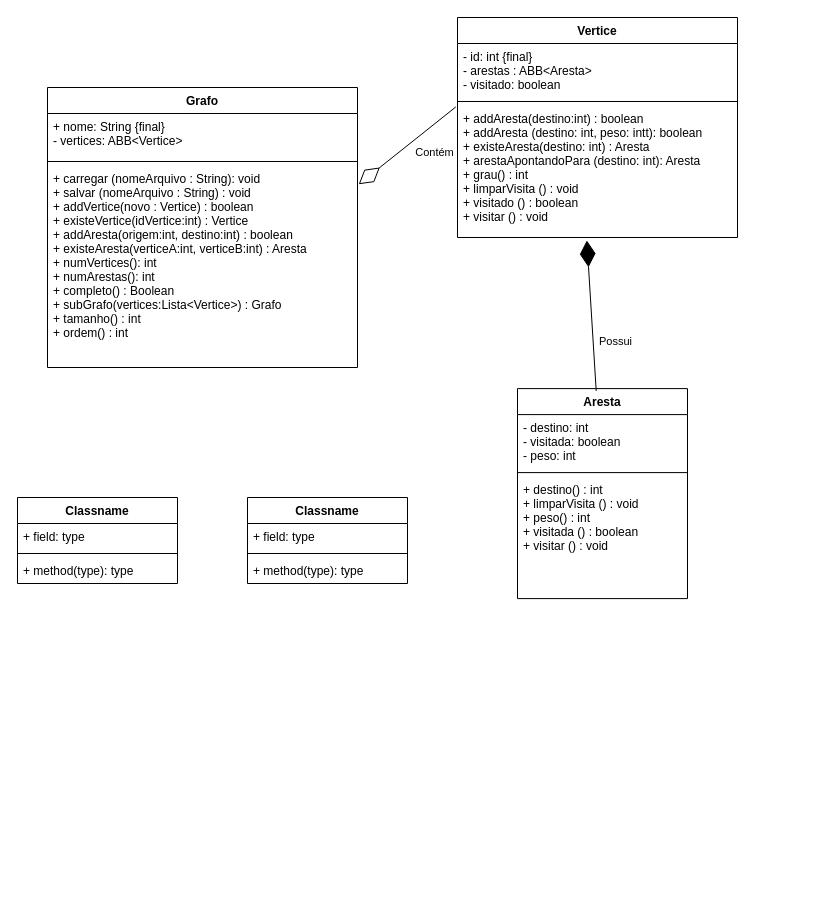
The draw.io diagram docs/diagramas/2.0 - Diagrama UML Algoritmos em Grafos.drawio in DisciplinasProgramacao/projeto2-t-e-a-m, before the edit. Source tidied: cells renumbered, new cells numbered last; positions are measured from the earlier drawing's top-left corner, leaving out a move shared by most shapes. Both pictures are drawn from the tidied source at 100%, with x=0, y=0 at pixel (17, 17).
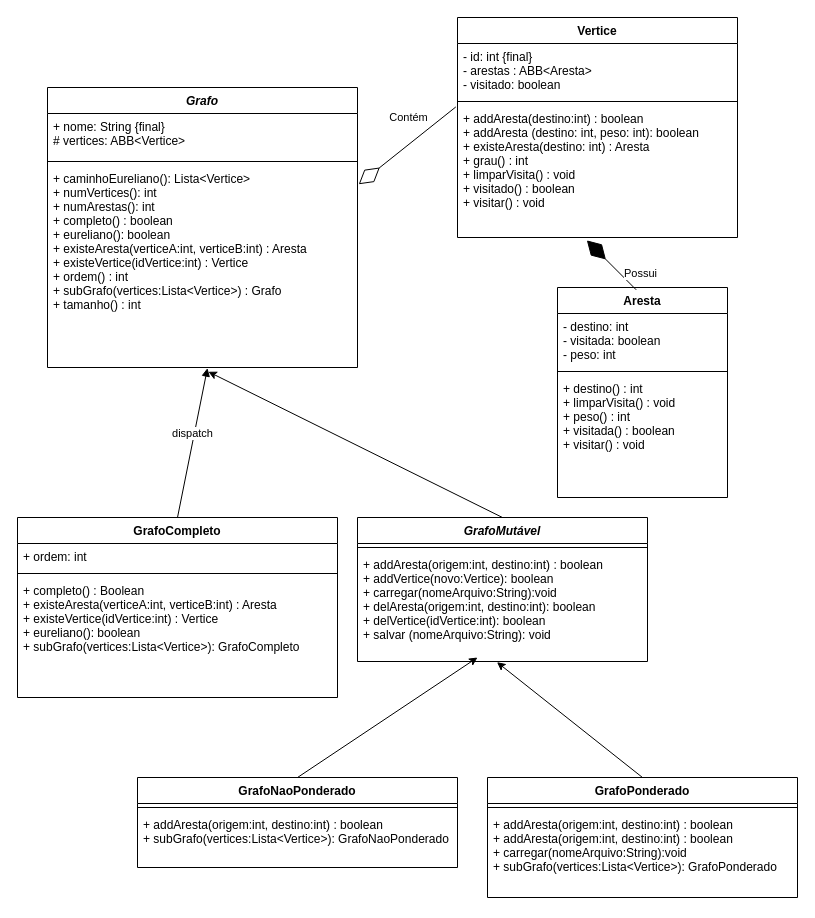
The same diagram, later.

The change refers to these unchanged cells:
```xml
<mxCell id="2" style="endArrow=diamondThin;endFill=0;endSize=24;html=1;rounded=0;exitX=-0.006;exitY=0.011;exitDx=0;exitDy=0;entryX=1.004;entryY=0.093;entryDx=0;entryDy=0;entryPerimeter=0;exitPerimeter=0;" parent="1" edge="1" source="15" target="7">
  <mxGeometry relative="1" as="geometry" />
</mxCell>
<mxCell id="12" value="Vertice" style="swimlane;fontStyle=1;align=center;verticalAlign=top;horizontal=1;startSize=26;" parent="1" vertex="1">
  <mxGeometry x="440" width="280" height="220" as="geometry" />
</mxCell>
```

What changed in the source:
```diff
@@
     <mxCell id="3" value="Contém" style="edgeLabel;html=1;align=center;verticalAlign=middle;" parent="2" vertex="1">
       <mxGeometry x="-0.21" y="2" relative="1" as="geometry">
-        <mxPoint x="15" y="13" as="offset" />
+        <mxPoint x="-11" y="-22" as="offset" />
       </mxGeometry>
     </mxCell>
-    <mxCell id="4" value="Grafo" style="swimlane;fontStyle=1;align=center;verticalAlign=top;horizontal=1;startSize=26;" parent="1" vertex="1">
+    <mxCell id="4" value="Grafo" style="swimlane;fontStyle=3;align=center;verticalAlign=top;horizontal=1;startSize=26;" parent="1" vertex="1">
       <mxGeometry x="30" y="70" width="310" height="280" as="geometry" />
     </mxCell>
-    <mxCell id="5" value="+ nome: String {final}&#10;- vertices: ABB&lt;Vertice&gt;" style="text;strokeColor=none;fillColor=none;align=left;verticalAlign=top;spacingLeft=4;spacingRight=4;overflow=hidden;" parent="4" vertex="1">
+    <mxCell id="5" value="+ nome: String {final}&#10;# vertices: ABB&lt;Vertice&gt;" style="text;strokeColor=none;fillColor=none;align=left;verticalAlign=top;spacingLeft=4;spacingRight=4;overflow=hidden;" parent="4" vertex="1">
       <mxGeometry y="26" width="310" height="44" as="geometry" />
     </mxCell>
@@
-    <mxCell id="7" value="+ carregar (nomeArquivo : String): void&#10;+ salvar (nomeArquivo : String) : void&#10;+ addVertice(novo : Vertice) : boolean&#10;+ existeVertice(idVertice:int) : Vertice&#10;+ addAresta(origem:int, destino:int) : boolean&#10;+ existeAresta(verticeA:int, verticeB:int) : Aresta&#10;+ numVertices(): int&#10;+ numArestas(): int&#10;+ completo() : Boolean&#10;+ subGrafo(vertices:Lista&lt;Vertice&gt;) : Grafo&#10;+ tamanho() : int&#10;+ ordem() : int&#10;" style="text;strokeColor=none;fillColor=none;align=left;verticalAlign=top;spacingLeft=4;spacingRight=4;overflow=hidden;points=[[0,0.5],[1,0.5]];portConstraint=eastwest;" parent="4" vertex="1">
+    <mxCell id="7" value="+ caminhoEureliano(): Lista&lt;Vertice&gt;&#10;+ numVertices(): int&#10;+ numArestas(): int&#10;+ completo() : boolean&#10;+ eureliano(): boolean&#10;+ existeAresta(verticeA:int, verticeB:int) : Aresta&#10;+ existeVertice(idVertice:int) : Vertice&#10;+ ordem() : int&#10;+ subGrafo(vertices:Lista&lt;Vertice&gt;) : Grafo&#10;+ tamanho() : int&#10;" style="text;strokeColor=none;fillColor=none;align=left;verticalAlign=top;spacingLeft=4;spacingRight=4;overflow=hidden;points=[[0,0.5],[1,0.5]];portConstraint=eastwest;" parent="4" vertex="1">
       <mxGeometry y="78" width="310" height="202" as="geometry" />
     </mxCell>
     <mxCell id="8" value="Aresta" style="swimlane;fontStyle=1;align=center;verticalAlign=top;horizontal=1;startSize=26;" parent="1" vertex="1">
-      <mxGeometry x="500" y="371.1" width="170" height="210" as="geometry" />
+      <mxGeometry x="540" y="270" width="170" height="210" as="geometry" />
     </mxCell>
@@
-    <mxCell id="11" value="+ destino() : int&#10;+ limparVisita () : void&#10;+ peso() : int&#10;+ visitada () : boolean&#10;+ visitar () : void&#10;&#10;" style="text;strokeColor=none;fillColor=none;align=left;verticalAlign=top;spacingLeft=4;spacingRight=4;overflow=hidden;" parent="8" vertex="1">
+    <mxCell id="11" value="+ destino() : int&#10;+ limparVisita() : void&#10;+ peso() : int&#10;+ visitada() : boolean&#10;+ visitar() : void&#10;&#10;" style="text;strokeColor=none;fillColor=none;align=left;verticalAlign=top;spacingLeft=4;spacingRight=4;overflow=hidden;" parent="8" vertex="1">
       <mxGeometry y="88" width="170" height="122" as="geometry" />
     </mxCell>
@@
-    <mxCell id="15" value="+ addAresta(destino:int) : boolean&#10;+ addAresta (destino: int, peso: intt): boolean&#10;+ existeAresta(destino: int) : Aresta&#10;+ arestaApontandoPara (destino: int): Aresta&#10;+ grau() : int&#10;+ limparVisita () : void&#10;+ visitado () : boolean&#10;+ visitar () : void" style="text;strokeColor=none;fillColor=none;align=left;verticalAlign=top;spacingLeft=4;spacingRight=4;overflow=hidden;points=[[0,0.5],[1,0.5]];portConstraint=eastwest;" parent="12" vertex="1">
+    <mxCell id="15" value="+ addAresta(destino:int) : boolean&#10;+ addAresta (destino: int, peso: int): boolean&#10;+ existeAresta(destino: int) : Aresta&#10;+ grau() : int&#10;+ limparVisita() : void&#10;+ visitado() : boolean&#10;+ visitar() : void" style="text;strokeColor=none;fillColor=none;align=left;verticalAlign=top;spacingLeft=4;spacingRight=4;overflow=hidden;points=[[0,0.5],[1,0.5]];portConstraint=eastwest;" parent="12" vertex="1">
       <mxGeometry y="88" width="280" height="132" as="geometry" />
     </mxCell>
@@
-    <mxCell id="18" value="Classname" style="swimlane;fontStyle=1;align=center;verticalAlign=top;horizontal=1;startSize=26;" parent="1" vertex="1">
-      <mxGeometry y="480" width="160" height="86" as="geometry" />
+    <mxCell id="18" value="GrafoCompleto" style="swimlane;fontStyle=1;align=center;verticalAlign=top;horizontal=1;startSize=26;" parent="1" vertex="1">
+      <mxGeometry y="500" width="320" height="180" as="geometry" />
     </mxCell>
-    <mxCell id="19" value="+ field: type" style="text;strokeColor=none;fillColor=none;align=left;verticalAlign=top;spacingLeft=4;spacingRight=4;overflow=hidden;" parent="18" vertex="1">
-      <mxGeometry y="26" width="160" height="26" as="geometry" />
+    <mxCell id="19" value="+ ordem: int" style="text;strokeColor=none;fillColor=none;align=left;verticalAlign=top;spacingLeft=4;spacingRight=4;overflow=hidden;" parent="18" vertex="1">
+      <mxGeometry y="26" width="320" height="26" as="geometry" />
     </mxCell>
     <mxCell id="20" style="line;strokeWidth=1;fillColor=none;align=left;verticalAlign=middle;spacingTop=-1;spacingLeft=3;spacingRight=3;labelPosition=right;" parent="18" vertex="1">
-      <mxGeometry y="52" width="160" height="8" as="geometry" />
+      <mxGeometry y="52" width="320" height="8" as="geometry" />
     </mxCell>
-    <mxCell id="21" value="+ method(type): type" style="text;strokeColor=none;fillColor=none;align=left;verticalAlign=top;spacingLeft=4;spacingRight=4;overflow=hidden;" parent="18" vertex="1">
-      <mxGeometry y="60" width="160" height="26" as="geometry" />
+    <mxCell id="21" value="+ completo() : Boolean&#10;+ existeAresta(verticeA:int, verticeB:int) : Aresta&#10;+ existeVertice(idVertice:int) : Vertice&#10;+ eureliano(): boolean&#10;+ subGrafo(vertices:Lista&lt;Vertice&gt;): GrafoCompleto&#10;" style="text;strokeColor=none;fillColor=none;align=left;verticalAlign=top;spacingLeft=4;spacingRight=4;overflow=hidden;" parent="18" vertex="1">
+      <mxGeometry y="60" width="320" height="120" as="geometry" />
     </mxCell>
+    <mxCell id="26" style="edgeStyle=none;html=1;exitX=0.5;exitY=0;exitDx=0;exitDy=0;entryX=0.519;entryY=1.021;entryDx=0;entryDy=0;entryPerimeter=0;" parent="1" edge="1" source="22" target="7">
+      <mxGeometry relative="1" as="geometry" />
+    </mxCell>
-    <mxCell id="22" value="Classname" style="swimlane;fontStyle=1;align=center;verticalAlign=top;horizontal=1;startSize=26;" parent="1" vertex="1">
-      <mxGeometry x="230" y="480" width="160" height="86" as="geometry" />
+    <mxCell id="22" value="GrafoMutável" style="swimlane;fontStyle=3;align=center;verticalAlign=top;horizontal=1;startSize=26;" parent="1" vertex="1">
+      <mxGeometry x="340" y="500" width="290" height="144" as="geometry" />
     </mxCell>
-    <mxCell id="23" value="+ field: type" style="text;strokeColor=none;fillColor=none;align=left;verticalAlign=top;spacingLeft=4;spacingRight=4;overflow=hidden;" parent="22" vertex="1">
-      <mxGeometry y="26" width="160" height="26" as="geometry" />
-    </mxCell>
     <mxCell id="24" style="line;strokeWidth=1;fillColor=none;align=left;verticalAlign=middle;spacingTop=-1;spacingLeft=3;spacingRight=3;labelPosition=right;" parent="22" vertex="1">
-      <mxGeometry y="52" width="160" height="8" as="geometry" />
+      <mxGeometry y="26" width="290" height="8" as="geometry" />
     </mxCell>
-    <mxCell id="25" value="+ method(type): type" style="text;strokeColor=none;fillColor=none;align=left;verticalAlign=top;spacingLeft=4;spacingRight=4;overflow=hidden;points=[[0,0.5],[1,0.5]];portConstraint=eastwest;" parent="22" vertex="1">
-      <mxGeometry y="60" width="160" height="26" as="geometry" />
+    <mxCell id="25" value="+ addAresta(origem:int, destino:int) : boolean&#10;+ addVertice(novo:Vertice): boolean&#10;+ carregar(nomeArquivo:String):void&#10;+ delAresta(origem:int, destino:int): boolean&#10;+ delVertice(idVertice:int): boolean&#10;+ salvar (nomeArquivo:String): void&#10;" style="text;strokeColor=none;fillColor=none;align=left;verticalAlign=top;spacingLeft=4;spacingRight=4;overflow=hidden;points=[[0,0.5],[1,0.5]];portConstraint=eastwest;" parent="22" vertex="1">
+      <mxGeometry y="34" width="290" height="110" as="geometry" />
     </mxCell>
+    <mxCell id="27" value="dispatch" style="html=1;verticalAlign=bottom;endArrow=block;exitX=0.5;exitY=0;exitDx=0;exitDy=0;entryX=0.516;entryY=1.003;entryDx=0;entryDy=0;entryPerimeter=0;" parent="1" edge="1" source="18" target="7">
+      <mxGeometry relative="1" as="geometry" />
+    </mxCell>
+    <mxCell id="28" style="edgeStyle=none;html=1;exitX=0.5;exitY=0;exitDx=0;exitDy=0;" parent="1" edge="1" source="29">
+      <mxGeometry relative="1" as="geometry">
+        <mxPoint x="460" y="640" as="targetPoint" />
+      </mxGeometry>
+    </mxCell>
+    <mxCell id="29" value="GrafoNaoPonderado" style="swimlane;fontStyle=1;align=center;verticalAlign=top;horizontal=1;startSize=26;" parent="1" vertex="1">
+      <mxGeometry x="120" y="760" width="320" height="90" as="geometry" />
+    </mxCell>
+    <mxCell id="30" style="line;strokeWidth=1;fillColor=none;align=left;verticalAlign=middle;spacingTop=-1;spacingLeft=3;spacingRight=3;labelPosition=right;" parent="29" vertex="1">
+      <mxGeometry y="26" width="320" height="8" as="geometry" />
+    </mxCell>
+    <mxCell id="31" value="+ addAresta(origem:int, destino:int) : boolean&#10;+ subGrafo(vertices:Lista&lt;Vertice&gt;): GrafoNaoPonderado" style="text;strokeColor=none;fillColor=none;align=left;verticalAlign=top;spacingLeft=4;spacingRight=4;overflow=hidden;" parent="29" vertex="1">
+      <mxGeometry y="34" width="320" height="56" as="geometry" />
+    </mxCell>
+    <mxCell id="32" style="edgeStyle=none;html=1;exitX=0.5;exitY=0;exitDx=0;exitDy=0;entryX=0.481;entryY=1.006;entryDx=0;entryDy=0;entryPerimeter=0;" parent="1" edge="1" source="33" target="25">
+      <mxGeometry relative="1" as="geometry" />
+    </mxCell>
+    <mxCell id="33" value="GrafoPonderado" style="swimlane;fontStyle=1;align=center;verticalAlign=top;horizontal=1;startSize=26;" parent="1" vertex="1">
+      <mxGeometry x="470" y="760" width="310" height="120" as="geometry" />
+    </mxCell>
+    <mxCell id="34" style="line;strokeWidth=1;fillColor=none;align=left;verticalAlign=middle;spacingTop=-1;spacingLeft=3;spacingRight=3;labelPosition=right;" parent="33" vertex="1">
+      <mxGeometry y="26" width="310" height="8" as="geometry" />
+    </mxCell>
+    <mxCell id="35" value="+ addAresta(origem:int, destino:int) : boolean&#10;+ addAresta(origem:int, destino:int) : boolean&#10;+ carregar(nomeArquivo:String):void&#10;+ subGrafo(vertices:Lista&lt;Vertice&gt;): GrafoPonderado" style="text;strokeColor=none;fillColor=none;align=left;verticalAlign=top;spacingLeft=4;spacingRight=4;overflow=hidden;" parent="33" vertex="1">
+      <mxGeometry y="34" width="310" height="86" as="geometry" />
+    </mxCell>
```
